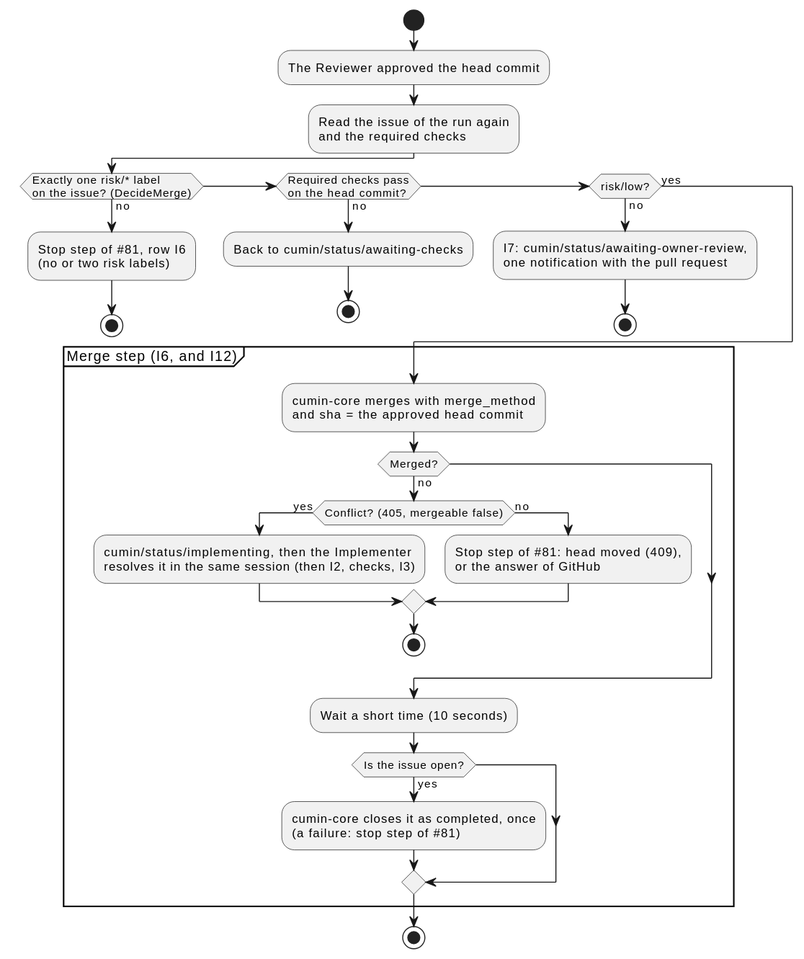
cloveclovedev/cumin-works keeps this PlantUML diagram as docs/ja/designs/poll-merge.svg. Above is the earlier version.
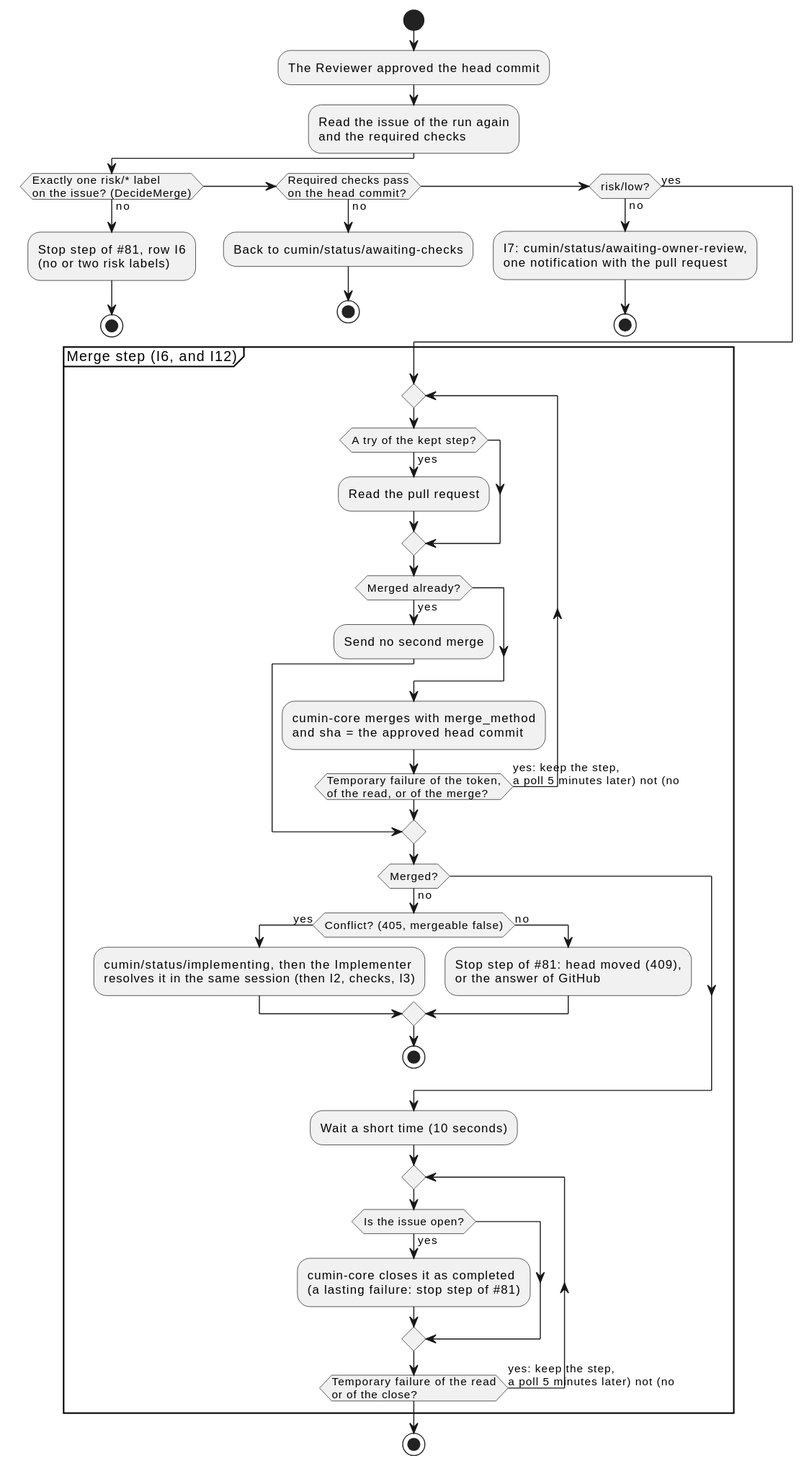
The same file after the commit.

Commit message:
docs(designs): describe the kept merge step

The edit, as a diff of the source:
```diff
@@ -22,8 +22,19 @@
 else (yes)
 endif
 partition "Merge step (I6, and I12)" {
-  :cumin-core merges with merge_method
-  and sha = the approved head commit;
+  repeat
+    if (A try of the kept step?) then (yes)
+      :Read the pull request;
+    endif
+    if (Merged already?) then (yes)
+      :Send no second merge;
+      break
+    endif
+    :cumin-core merges with merge_method
+    and sha = the approved head commit;
+  repeat while (Temporary failure of the token,
+of the read, or of the merge?) is (yes: keep the step,
+a poll 5 minutes later) not (no)
   if (Merged?) then (no)
     if (Conflict? (405, mergeable false)) then (yes)
       :cumin/status/implementing, then the Implementer
@@ -35,10 +46,14 @@
     stop
   endif
   :Wait a short time (10 seconds);
-  if (Is the issue open?) then (yes)
-    :cumin-core closes it as completed, once
-    (a failure: stop step of #81);
-  endif
+  repeat
+    if (Is the issue open?) then (yes)
+      :cumin-core closes it as completed
+      (a lasting failure: stop step of #81);
+    endif
+  repeat while (Temporary failure of the read
+or of the close?) is (yes: keep the step,
+a poll 5 minutes later) not (no)
 }
 stop
 @enduml
```
